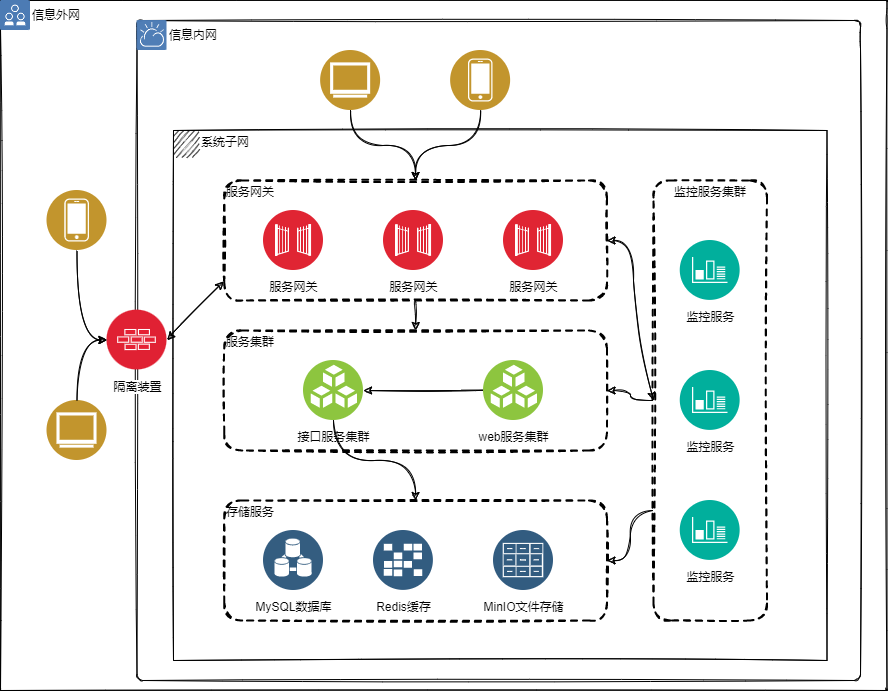
liolay/draw keeps this draw.io diagram as 私有化部署.drawio.png. Above is the earlier version. Source tidied: cells renumbered, new cells last; positions are measured from the earlier drawing's top-left corner, leaving out a move shared by most shapes.
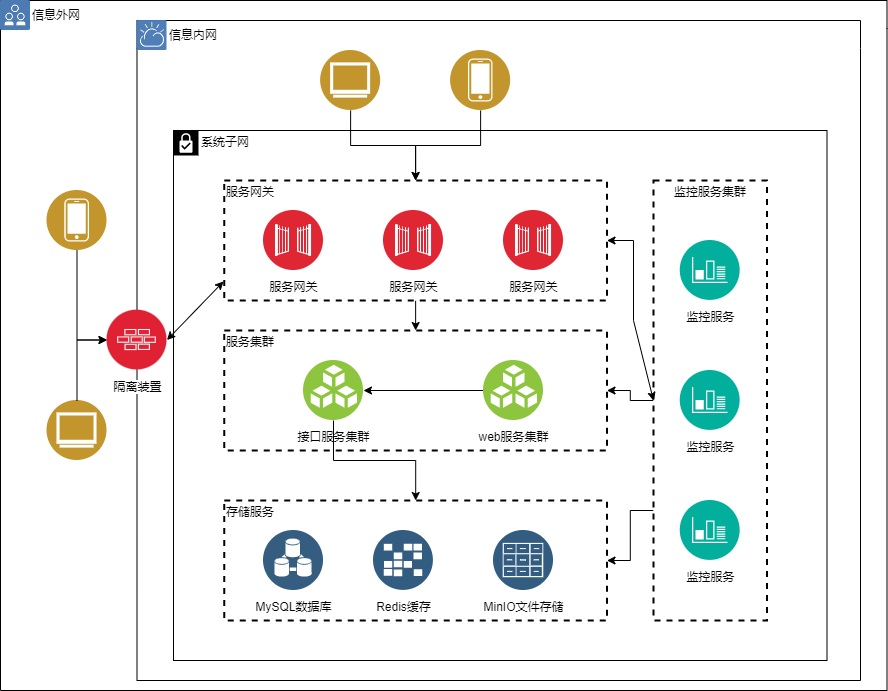
The same file after the commit.

Commit message:
更新私有化部署.drawio.png

The edit, as a diff of the source:
```diff
@@ -2,87 +2,87 @@
   <root>
     <mxCell id="0" />
     <mxCell id="1" parent="0" />
-    <mxCell id="2" style="swimlane;fontStyle=0;horizontal=1;startSize=28;swimlaneLine=0;swimlaneFillColor=none;fillColor=none;rounded=1;whiteSpace=wrap;html=1;absoluteArcSize=1;arcSize=0;verticalAlign=top;align=left;spacingLeft=5;dashed=0;strokeWidth=1;sketch=1;" parent="1" vertex="1">
+    <mxCell id="2" style="swimlane;fontStyle=0;horizontal=1;startSize=28;swimlaneLine=0;swimlaneFillColor=none;fillColor=none;rounded=0;whiteSpace=wrap;html=1;absoluteArcSize=1;arcSize=0;verticalAlign=top;align=left;spacingLeft=5;dashed=0;strokeWidth=1;" parent="1" vertex="1">
       <mxGeometry width="886.5" height="690" as="geometry" />
     </mxCell>
-    <mxCell id="3" value="信息外网" style="perimeter=ellipsePerimeter;html=1;align=left;shadow=0;dashed=0;fontSize=12;spacingTop=0;image;image=img/lib/ibm/vpc/PublicTag.svg;labelPosition=right;verticalLabelPosition=middle;verticalAlign=middle;rounded=1;sketch=1;" parent="2" vertex="1">
+    <mxCell id="3" value="信息外网" style="perimeter=ellipsePerimeter;html=1;align=left;shadow=0;dashed=0;fontSize=12;spacingTop=0;image;image=img/lib/ibm/vpc/PublicTag.svg;labelPosition=right;verticalLabelPosition=middle;verticalAlign=middle;rounded=0;" parent="2" vertex="1">
       <mxGeometry width="30" height="30" as="geometry" />
     </mxCell>
-    <mxCell id="4" value="信息内网" style="swimlane;fontStyle=0;horizontal=1;startSize=28;swimlaneLine=0;swimlaneFillColor=none;rounded=1;whiteSpace=wrap;html=1;absoluteArcSize=1;arcSize=12;verticalAlign=top;align=left;spacingLeft=30;spacingTop=1;dashed=0;strokeWidth=1;fillColor=none;sketch=1;" parent="2" vertex="1">
+    <mxCell id="4" value="信息内网" style="swimlane;fontStyle=0;horizontal=1;startSize=28;swimlaneLine=0;swimlaneFillColor=none;rounded=0;whiteSpace=wrap;html=1;absoluteArcSize=1;arcSize=12;verticalAlign=top;align=left;spacingLeft=30;spacingTop=1;dashed=0;strokeWidth=1;fillColor=none;" parent="2" vertex="1">
       <mxGeometry x="136.5" y="20" width="723.5" height="660" as="geometry" />
     </mxCell>
-    <mxCell id="5" value="系统子网" style="shape=mxgraph.ibm.box;prType=subnet;fontStyle=0;verticalAlign=top;align=left;spacingLeft=32;spacingTop=4;rounded=1;whiteSpace=wrap;html=1;strokeWidth=1;dashed=0;spacing=-4;sketch=1;" parent="4" vertex="1">
+    <mxCell id="5" value="系统子网" style="shape=mxgraph.ibm.box;prType=subnet;fontStyle=0;verticalAlign=top;align=left;spacingLeft=32;spacingTop=4;rounded=0;whiteSpace=wrap;html=1;strokeWidth=1;dashed=0;spacing=-4;" parent="4" vertex="1">
       <mxGeometry x="36.5" y="110" width="653.5" height="530" as="geometry" />
     </mxCell>
-    <mxCell id="6" style="perimeter=ellipsePerimeter;html=1;align=center;shadow=0;dashed=0;fontSize=12;spacingTop=3;image;image=img/lib/ibm/vpc/CloudTag.svg;rounded=1;sketch=1;" parent="4" vertex="1">
+    <mxCell id="6" style="perimeter=ellipsePerimeter;html=1;align=center;shadow=0;dashed=0;fontSize=12;spacingTop=3;image;image=img/lib/ibm/vpc/CloudTag.svg;rounded=0;" parent="4" vertex="1">
       <mxGeometry width="30" height="30" as="geometry" />
     </mxCell>
-    <mxCell id="7" style="edgeStyle=orthogonalEdgeStyle;rounded=1;jettySize=auto;html=1;exitX=0.5;exitY=1;exitDx=0;exitDy=0;entryX=0.5;entryY=0;entryDx=0;entryDy=0;sketch=1;curved=1;" parent="4" edge="1" source="8" target="12">
+    <mxCell id="7" style="edgeStyle=orthogonalEdgeStyle;rounded=0;jettySize=auto;html=1;exitX=0.5;exitY=1;exitDx=0;exitDy=0;entryX=0.5;entryY=0;entryDx=0;entryDy=0;" parent="4" edge="1" source="8" target="12">
       <mxGeometry relative="1" as="geometry" />
     </mxCell>
-    <mxCell id="8" value="服务网关" style="fontStyle=0;verticalAlign=top;align=left;spacingTop=-2;rounded=1;whiteSpace=wrap;html=1;strokeWidth=2;dashed=1;sketch=1;" parent="4" vertex="1">
+    <mxCell id="8" value="服务网关" style="fontStyle=0;verticalAlign=top;align=left;spacingTop=-2;rounded=0;whiteSpace=wrap;html=1;strokeWidth=2;dashed=1;" parent="4" vertex="1">
       <mxGeometry x="87.2" y="160" width="382.8" height="120" as="geometry" />
     </mxCell>
-    <mxCell id="9" value="服务网关" style="perimeter=ellipsePerimeter;html=1;align=center;shadow=0;dashed=0;fontSize=12;spacingTop=3;image;image=img/lib/ibm/security/gateway.svg;rounded=1;sketch=1;" parent="8" vertex="1">
+    <mxCell id="9" value="服务网关" style="perimeter=ellipsePerimeter;html=1;align=center;shadow=0;dashed=0;fontSize=12;spacingTop=3;image;image=img/lib/ibm/security/gateway.svg;rounded=0;" parent="8" vertex="1">
       <mxGeometry x="159.2" y="30" width="60" height="60" as="geometry" />
     </mxCell>
-    <mxCell id="10" value="服务网关" style="perimeter=ellipsePerimeter;html=1;align=center;shadow=0;dashed=0;fontSize=12;spacingTop=3;image;image=img/lib/ibm/security/gateway.svg;rounded=1;sketch=1;" parent="8" vertex="1">
+    <mxCell id="10" value="服务网关" style="perimeter=ellipsePerimeter;html=1;align=center;shadow=0;dashed=0;fontSize=12;spacingTop=3;image;image=img/lib/ibm/security/gateway.svg;rounded=0;" parent="8" vertex="1">
       <mxGeometry x="279.2" y="30" width="60" height="60" as="geometry" />
     </mxCell>
-    <mxCell id="11" value="服务网关" style="perimeter=ellipsePerimeter;html=1;align=center;shadow=0;dashed=0;fontSize=12;spacingTop=3;image;image=img/lib/ibm/security/gateway.svg;rounded=1;sketch=1;" parent="8" vertex="1">
+    <mxCell id="11" value="服务网关" style="perimeter=ellipsePerimeter;html=1;align=center;shadow=0;dashed=0;fontSize=12;spacingTop=3;image;image=img/lib/ibm/security/gateway.svg;rounded=0;" parent="8" vertex="1">
       <mxGeometry x="39.2" y="30" width="60" height="60" as="geometry" />
     </mxCell>
-    <mxCell id="12" value="服务集群" style="fontStyle=0;verticalAlign=top;align=left;spacingTop=-2;rounded=1;whiteSpace=wrap;html=1;strokeWidth=2;dashed=1;sketch=1;" parent="4" vertex="1">
+    <mxCell id="12" value="服务集群" style="fontStyle=0;verticalAlign=top;align=left;spacingTop=-2;rounded=0;whiteSpace=wrap;html=1;strokeWidth=2;dashed=1;" parent="4" vertex="1">
       <mxGeometry x="87.2" y="310" width="382.8" height="120" as="geometry" />
     </mxCell>
-    <mxCell id="13" style="edgeStyle=orthogonalEdgeStyle;rounded=1;jettySize=auto;html=1;exitX=0;exitY=0.5;exitDx=0;exitDy=0;entryX=1;entryY=0.5;entryDx=0;entryDy=0;startArrow=none;sketch=1;curved=1;" parent="12" edge="1" source="16">
+    <mxCell id="13" style="edgeStyle=orthogonalEdgeStyle;rounded=0;jettySize=auto;html=1;exitX=0;exitY=0.5;exitDx=0;exitDy=0;entryX=1;entryY=0.5;entryDx=0;entryDy=0;startArrow=none;" parent="12" edge="1" source="16">
       <mxGeometry relative="1" as="geometry">
         <mxPoint x="99.2" y="55" as="targetPoint" />
       </mxGeometry>
     </mxCell>
-    <mxCell id="14" style="edgeStyle=orthogonalEdgeStyle;rounded=1;jettySize=auto;html=1;exitX=0;exitY=0.5;exitDx=0;exitDy=0;sketch=1;curved=1;" parent="12" edge="1" source="15" target="16">
+    <mxCell id="14" style="edgeStyle=orthogonalEdgeStyle;rounded=0;jettySize=auto;html=1;exitX=0;exitY=0.5;exitDx=0;exitDy=0;" parent="12" edge="1" source="15" target="16">
       <mxGeometry relative="1" as="geometry" />
     </mxCell>
-    <mxCell id="15" value="web服务集群" style="perimeter=ellipsePerimeter;html=1;align=center;shadow=0;dashed=0;fontSize=12;spacingTop=3;image;image=img/lib/ibm/vpc/BlockStorage.svg;rounded=1;sketch=1;" parent="12" vertex="1">
+    <mxCell id="15" value="web服务集群" style="perimeter=ellipsePerimeter;html=1;align=center;shadow=0;dashed=0;fontSize=12;spacingTop=3;image;image=img/lib/ibm/vpc/BlockStorage.svg;rounded=0;" parent="12" vertex="1">
       <mxGeometry x="259.2" y="30" width="60" height="60" as="geometry" />
     </mxCell>
-    <mxCell id="16" value="接口服务集群" style="perimeter=ellipsePerimeter;html=1;align=center;shadow=0;dashed=0;fontSize=12;spacingTop=3;image;image=img/lib/ibm/vpc/BlockStorage.svg;rounded=1;sketch=1;" parent="12" vertex="1">
+    <mxCell id="16" value="接口服务集群" style="perimeter=ellipsePerimeter;html=1;align=center;shadow=0;dashed=0;fontSize=12;spacingTop=3;image;image=img/lib/ibm/vpc/BlockStorage.svg;rounded=0;" parent="12" vertex="1">
       <mxGeometry x="79.2" y="30" width="60" height="60" as="geometry" />
     </mxCell>
-    <mxCell id="17" style="edgeStyle=orthogonalEdgeStyle;rounded=1;jettySize=auto;html=1;exitX=0;exitY=0.5;exitDx=0;exitDy=0;sketch=1;curved=1;" parent="4" edge="1" source="19" target="12">
+    <mxCell id="17" style="edgeStyle=orthogonalEdgeStyle;rounded=0;jettySize=auto;html=1;exitX=0;exitY=0.5;exitDx=0;exitDy=0;" parent="4" edge="1" source="19" target="12">
       <mxGeometry relative="1" as="geometry" />
     </mxCell>
-    <mxCell id="18" style="edgeStyle=orthogonalEdgeStyle;rounded=1;jettySize=auto;html=1;exitX=0;exitY=0.75;exitDx=0;exitDy=0;entryX=1;entryY=0.5;entryDx=0;entryDy=0;sketch=1;curved=1;" parent="4" edge="1" source="19" target="23">
+    <mxCell id="18" style="edgeStyle=orthogonalEdgeStyle;rounded=0;jettySize=auto;html=1;exitX=0;exitY=0.75;exitDx=0;exitDy=0;entryX=1;entryY=0.5;entryDx=0;entryDy=0;" parent="4" edge="1" source="19" target="23">
       <mxGeometry relative="1" as="geometry" />
     </mxCell>
-    <mxCell id="19" value="监控服务集群" style="fontStyle=0;verticalAlign=top;align=center;spacingTop=-2;rounded=1;whiteSpace=wrap;html=1;strokeWidth=2;dashed=1;sketch=1;" parent="4" vertex="1">
+    <mxCell id="19" value="监控服务集群" style="fontStyle=0;verticalAlign=top;align=center;spacingTop=-2;rounded=0;whiteSpace=wrap;html=1;strokeWidth=2;dashed=1;" parent="4" vertex="1">
       <mxGeometry x="516.5" y="160" width="113.5" height="440" as="geometry" />
     </mxCell>
-    <mxCell id="20" value="监控服务" style="perimeter=ellipsePerimeter;html=1;align=center;shadow=0;dashed=0;fontSize=12;spacingTop=3;image;image=img/lib/ibm/management/monitoring_metrics.svg;rounded=1;sketch=1;" parent="19" vertex="1">
+    <mxCell id="20" value="监控服务" style="perimeter=ellipsePerimeter;html=1;align=center;shadow=0;dashed=0;fontSize=12;spacingTop=3;image;image=img/lib/ibm/management/monitoring_metrics.svg;rounded=0;" parent="19" vertex="1">
       <mxGeometry x="26.8" y="190" width="60" height="60" as="geometry" />
     </mxCell>
-    <mxCell id="21" value="监控服务" style="perimeter=ellipsePerimeter;html=1;align=center;shadow=0;dashed=0;fontSize=12;spacingTop=3;image;image=img/lib/ibm/management/monitoring_metrics.svg;rounded=1;sketch=1;" parent="19" vertex="1">
+    <mxCell id="21" value="监控服务" style="perimeter=ellipsePerimeter;html=1;align=center;shadow=0;dashed=0;fontSize=12;spacingTop=3;image;image=img/lib/ibm/management/monitoring_metrics.svg;rounded=0;" parent="19" vertex="1">
       <mxGeometry x="26.8" y="60" width="60" height="60" as="geometry" />
     </mxCell>
-    <mxCell id="22" value="监控服务" style="perimeter=ellipsePerimeter;html=1;align=center;shadow=0;dashed=0;fontSize=12;spacingTop=3;image;image=img/lib/ibm/management/monitoring_metrics.svg;rounded=1;sketch=1;" parent="19" vertex="1">
+    <mxCell id="22" value="监控服务" style="perimeter=ellipsePerimeter;html=1;align=center;shadow=0;dashed=0;fontSize=12;spacingTop=3;image;image=img/lib/ibm/management/monitoring_metrics.svg;rounded=0;" parent="19" vertex="1">
       <mxGeometry x="26.8" y="320" width="60" height="60" as="geometry" />
     </mxCell>
-    <mxCell id="23" value="存储服务" style="fontStyle=0;verticalAlign=top;align=left;spacingTop=-2;rounded=1;whiteSpace=wrap;html=1;strokeWidth=2;dashed=1;sketch=1;" parent="4" vertex="1">
+    <mxCell id="23" value="存储服务" style="fontStyle=0;verticalAlign=top;align=left;spacingTop=-2;rounded=0;whiteSpace=wrap;html=1;strokeWidth=2;dashed=1;" parent="4" vertex="1">
       <mxGeometry x="87.2" y="480" width="382.8" height="120" as="geometry" />
     </mxCell>
-    <mxCell id="24" value="MySQL数据库" style="perimeter=ellipsePerimeter;html=1;align=center;shadow=0;dashed=0;fontSize=12;spacingTop=3;image;image=img/lib/ibm/data/device_registry.svg;rounded=1;sketch=1;" parent="23" vertex="1">
+    <mxCell id="24" value="MySQL数据库" style="perimeter=ellipsePerimeter;html=1;align=center;shadow=0;dashed=0;fontSize=12;spacingTop=3;image;image=img/lib/ibm/data/device_registry.svg;rounded=0;" parent="23" vertex="1">
       <mxGeometry x="39.3" y="30" width="60" height="60" as="geometry" />
     </mxCell>
-    <mxCell id="25" value="Redis缓存" style="perimeter=ellipsePerimeter;html=1;align=center;shadow=0;dashed=0;fontSize=12;spacingTop=3;image;image=img/lib/ibm/data/caches.svg;rounded=1;sketch=1;" parent="23" vertex="1">
+    <mxCell id="25" value="Redis缓存" style="perimeter=ellipsePerimeter;html=1;align=center;shadow=0;dashed=0;fontSize=12;spacingTop=3;image;image=img/lib/ibm/data/caches.svg;rounded=0;" parent="23" vertex="1">
       <mxGeometry x="149.2" y="30" width="60" height="60" as="geometry" />
     </mxCell>
-    <mxCell id="26" value="MinIO文件存储" style="perimeter=ellipsePerimeter;html=1;align=center;shadow=0;dashed=0;fontSize=12;spacingTop=3;image;image=img/lib/ibm/data/file_repository.svg;rounded=1;sketch=1;" parent="23" vertex="1">
+    <mxCell id="26" value="MinIO文件存储" style="perimeter=ellipsePerimeter;html=1;align=center;shadow=0;dashed=0;fontSize=12;spacingTop=3;image;image=img/lib/ibm/data/file_repository.svg;rounded=0;" parent="23" vertex="1">
       <mxGeometry x="269.3" y="30" width="60" height="60" as="geometry" />
     </mxCell>
-    <mxCell id="27" style="edgeStyle=orthogonalEdgeStyle;rounded=1;jettySize=auto;html=1;exitX=0.5;exitY=1;exitDx=0;exitDy=0;sketch=1;curved=1;" parent="4" edge="1" source="16" target="23">
+    <mxCell id="27" style="edgeStyle=orthogonalEdgeStyle;rounded=0;jettySize=auto;html=1;exitX=0.5;exitY=1;exitDx=0;exitDy=0;" parent="4" edge="1" source="16" target="23">
       <mxGeometry relative="1" as="geometry" />
     </mxCell>
-    <mxCell id="28" style="html=1;startArrow=classic;startFill=1;startSize=6;endArrow=classic;endFill=1;endSize=6;jettySize=auto;strokeWidth=1;fontSize=14;rounded=1;exitX=1;exitY=0.5;exitDx=0;exitDy=0;entryX=0;entryY=0.5;entryDx=0;entryDy=0;sketch=1;curved=1;" parent="4" edge="1" source="8" target="19">
+    <mxCell id="28" style="html=1;startArrow=classic;startFill=1;startSize=6;endArrow=classic;endFill=1;endSize=6;jettySize=auto;strokeWidth=1;fontSize=14;rounded=0;exitX=1;exitY=0.5;exitDx=0;exitDy=0;entryX=0;entryY=0.5;entryDx=0;entryDy=0;" parent="4" edge="1" source="8" target="19">
       <mxGeometry relative="1" as="geometry">
         <Array as="points">
           <mxPoint x="496.5" y="220" />
@@ -90,36 +90,36 @@
         </Array>
       </mxGeometry>
     </mxCell>
-    <mxCell id="29" style="html=1;startArrow=classic;startFill=1;startSize=6;endArrow=classic;endFill=1;endSize=6;jettySize=auto;strokeWidth=1;fontSize=14;rounded=1;exitX=1;exitY=0.5;exitDx=0;exitDy=0;sketch=1;curved=1;" parent="4" edge="1" source="34">
+    <mxCell id="29" style="html=1;startArrow=classic;startFill=1;startSize=6;endArrow=classic;endFill=1;endSize=6;jettySize=auto;strokeWidth=1;fontSize=14;rounded=0;exitX=1;exitY=0.5;exitDx=0;exitDy=0;" parent="4" edge="1" source="34">
       <mxGeometry relative="1" as="geometry">
         <mxPoint x="86.5" y="261" as="targetPoint" />
       </mxGeometry>
     </mxCell>
-    <mxCell id="30" style="edgeStyle=orthogonalEdgeStyle;rounded=1;jettySize=auto;html=1;exitX=0.5;exitY=1;exitDx=0;exitDy=0;entryX=0.5;entryY=0;entryDx=0;entryDy=0;sketch=1;curved=1;" parent="4" edge="1" source="31" target="8">
+    <mxCell id="30" style="edgeStyle=orthogonalEdgeStyle;rounded=0;jettySize=auto;html=1;exitX=0.5;exitY=1;exitDx=0;exitDy=0;entryX=0.5;entryY=0;entryDx=0;entryDy=0;" parent="4" edge="1" source="31" target="8">
       <mxGeometry relative="1" as="geometry" />
     </mxCell>
-    <mxCell id="31" style="perimeter=ellipsePerimeter;html=1;align=center;shadow=0;dashed=0;fontSize=12;spacingTop=3;image;image=img/lib/ibm/users/browser.svg;rounded=1;sketch=1;" parent="4" vertex="1">
+    <mxCell id="31" style="perimeter=ellipsePerimeter;html=1;align=center;shadow=0;dashed=0;fontSize=12;spacingTop=3;image;image=img/lib/ibm/users/browser.svg;rounded=0;" parent="4" vertex="1">
       <mxGeometry x="183.6" y="30" width="60" height="60" as="geometry" />
     </mxCell>
-    <mxCell id="32" style="edgeStyle=orthogonalEdgeStyle;rounded=1;jettySize=auto;html=1;exitX=0.5;exitY=1;exitDx=0;exitDy=0;entryX=0.5;entryY=0;entryDx=0;entryDy=0;sketch=1;curved=1;" parent="4" edge="1" source="33" target="8">
+    <mxCell id="32" style="edgeStyle=orthogonalEdgeStyle;rounded=0;jettySize=auto;html=1;exitX=0.5;exitY=1;exitDx=0;exitDy=0;entryX=0.5;entryY=0;entryDx=0;entryDy=0;" parent="4" edge="1" source="33" target="8">
       <mxGeometry relative="1" as="geometry" />
     </mxCell>
-    <mxCell id="33" style="perimeter=ellipsePerimeter;html=1;align=center;shadow=0;dashed=0;fontSize=12;spacingTop=3;image;image=img/lib/ibm/users/device.svg;rounded=1;sketch=1;" parent="4" vertex="1">
+    <mxCell id="33" style="perimeter=ellipsePerimeter;html=1;align=center;shadow=0;dashed=0;fontSize=12;spacingTop=3;image;image=img/lib/ibm/users/device.svg;rounded=0;" parent="4" vertex="1">
       <mxGeometry x="313.6" y="30" width="60" height="60" as="geometry" />
     </mxCell>
-    <mxCell id="34" value="隔离装置" style="perimeter=ellipsePerimeter;html=1;align=center;shadow=0;dashed=0;fontSize=12;spacingTop=3;image;image=img/lib/ibm/security/firewall.svg;rounded=1;sketch=1;" parent="2" vertex="1">
+    <mxCell id="34" value="隔离装置" style="perimeter=ellipsePerimeter;html=1;align=center;shadow=0;dashed=0;fontSize=12;spacingTop=3;image;image=img/lib/ibm/security/firewall.svg;rounded=0;" parent="2" vertex="1">
       <mxGeometry x="106.5" y="309.5" width="60" height="60" as="geometry" />
     </mxCell>
-    <mxCell id="35" style="edgeStyle=orthogonalEdgeStyle;rounded=1;jettySize=auto;html=1;exitX=0.5;exitY=1;exitDx=0;exitDy=0;entryX=0;entryY=0.5;entryDx=0;entryDy=0;sketch=1;curved=1;" parent="2" edge="1" source="36" target="34">
+    <mxCell id="35" style="edgeStyle=orthogonalEdgeStyle;rounded=0;jettySize=auto;html=1;exitX=0.5;exitY=1;exitDx=0;exitDy=0;entryX=0;entryY=0.5;entryDx=0;entryDy=0;" parent="2" edge="1" source="36" target="34">
       <mxGeometry relative="1" as="geometry" />
     </mxCell>
-    <mxCell id="36" style="perimeter=ellipsePerimeter;html=1;align=center;shadow=0;dashed=0;fontSize=12;spacingTop=3;image;image=img/lib/ibm/users/device.svg;rounded=1;sketch=1;" parent="2" vertex="1">
+    <mxCell id="36" style="perimeter=ellipsePerimeter;html=1;align=center;shadow=0;dashed=0;fontSize=12;spacingTop=3;image;image=img/lib/ibm/users/device.svg;rounded=0;" parent="2" vertex="1">
       <mxGeometry x="46.5" y="190" width="60" height="60" as="geometry" />
     </mxCell>
-    <mxCell id="37" style="perimeter=ellipsePerimeter;html=1;align=center;shadow=0;dashed=0;fontSize=12;spacingTop=3;image;image=img/lib/ibm/users/browser.svg;rounded=1;sketch=1;" parent="2" vertex="1">
+    <mxCell id="37" style="perimeter=ellipsePerimeter;html=1;align=center;shadow=0;dashed=0;fontSize=12;spacingTop=3;image;image=img/lib/ibm/users/browser.svg;rounded=0;" parent="2" vertex="1">
       <mxGeometry x="46.5" y="400" width="60" height="60" as="geometry" />
     </mxCell>
-    <mxCell id="38" style="edgeStyle=orthogonalEdgeStyle;rounded=1;jettySize=auto;html=1;exitX=0.5;exitY=0;exitDx=0;exitDy=0;entryX=0;entryY=0.5;entryDx=0;entryDy=0;sketch=1;curved=1;" parent="2" edge="1" source="37" target="34">
+    <mxCell id="38" style="edgeStyle=orthogonalEdgeStyle;rounded=0;jettySize=auto;html=1;exitX=0.5;exitY=0;exitDx=0;exitDy=0;entryX=0;entryY=0.5;entryDx=0;entryDy=0;" parent="2" edge="1" source="37" target="34">
       <mxGeometry relative="1" as="geometry" />
     </mxCell>
   </root>
```
